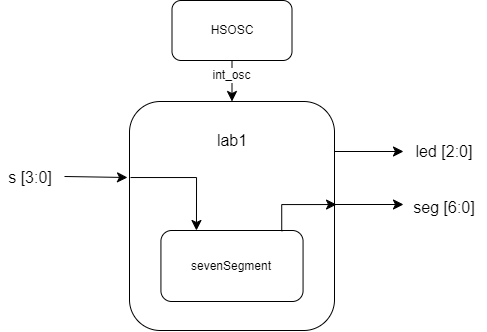
Earlier version of the draw.io export labs/lab1/images/lab1BlockDiagram.png (MaxDeSomma/hmc-e155-portfolio). Source tidied: cells renumbered, new cells last; positions are measured from the earlier drawing's top-left corner, leaving out a move shared by most shapes.
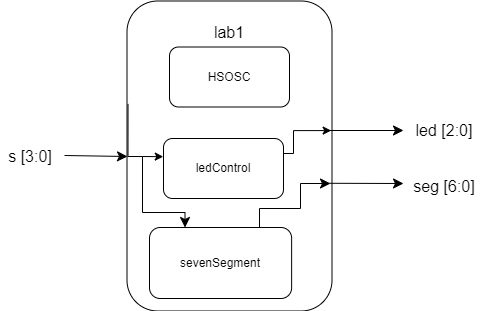
After the change.

The edit, as a diff of the source:
```diff
@@ -11,10 +11,10 @@
       <mxGeometry relative="1" as="geometry" />
     </mxCell>
     <mxCell id="4" style="rounded=1;whiteSpace=wrap;html=1;" parent="1" vertex="1">
-      <mxGeometry x="129" y="101" width="205" height="229" as="geometry" />
+      <mxGeometry x="126.5" y="21.5" width="205" height="310" as="geometry" />
     </mxCell>
     <mxCell id="5" value="lab1" style="text;html=1;align=center;verticalAlign=middle;whiteSpace=wrap;rounded=0;fontSize=16;" parent="1" vertex="1">
-      <mxGeometry x="201.5" y="126" width="60" height="28.5" as="geometry" />
+      <mxGeometry x="199" y="39" width="60" height="28.5" as="geometry" />
     </mxCell>
     <mxCell id="6" style="endArrow=classic;html=1;rounded=0;fontSize=12;startSize=8;endSize=8;curved=1;" parent="1" edge="1">
       <mxGeometry relative="1" as="geometry">
@@ -27,13 +27,12 @@
     </mxCell>
     <mxCell id="8" style="endArrow=classic;html=1;rounded=0;fontSize=12;startSize=8;endSize=8;curved=1;" parent="1" edge="1">
       <mxGeometry relative="1" as="geometry">
-        <mxPoint x="334" y="151" as="sourcePoint" />
+        <mxPoint x="329" y="151" as="sourcePoint" />
         <mxPoint x="403" y="151" as="targetPoint" />
       </mxGeometry>
     </mxCell>
-    <mxCell id="9" style="endArrow=classic;html=1;rounded=0;fontSize=12;startSize=8;endSize=8;curved=1;" parent="1" edge="1">
+    <mxCell id="9" style="endArrow=classic;html=1;rounded=0;fontSize=12;startSize=8;endSize=8;curved=1;exitX=0.988;exitY=0.588;exitDx=0;exitDy=0;exitPerimeter=0;" parent="1" edge="1" source="4">
       <mxGeometry relative="1" as="geometry">
-        <mxPoint x="334" y="204" as="sourcePoint" />
         <mxPoint x="403" y="204" as="targetPoint" />
       </mxGeometry>
     </mxCell>
@@ -44,30 +43,47 @@
       <mxGeometry x="402" y="191.5" width="84" height="30" as="geometry" />
     </mxCell>
     <mxCell id="12" value="sevenSegment" style="rounded=1;whiteSpace=wrap;html=1;" parent="1" vertex="1">
-      <mxGeometry x="160.4" y="230" width="142.1" height="71" as="geometry" />
+      <mxGeometry x="149" y="248" width="142.1" height="71" as="geometry" />
     </mxCell>
     <mxCell id="13" style="endArrow=classic;html=1;rounded=0;fontSize=12;startSize=8;endSize=8;exitX=0.005;exitY=0.332;exitDx=0;exitDy=0;exitPerimeter=0;edgeStyle=orthogonalEdgeStyle;entryX=0.25;entryY=0;entryDx=0;entryDy=0;" parent="1" edge="1" source="4" target="12">
       <mxGeometry relative="1" as="geometry">
         <Array as="points">
-          <mxPoint x="196" y="177" />
+          <mxPoint x="128" y="177" />
+          <mxPoint x="142" y="177" />
+          <mxPoint x="142" y="233" />
+          <mxPoint x="185" y="233" />
         </Array>
       </mxGeometry>
     </mxCell>
-    <mxCell id="14" style="endArrow=classic;html=1;rounded=0;fontSize=12;startSize=8;endSize=8;edgeStyle=orthogonalEdgeStyle;entryX=1.01;entryY=0.45;entryDx=0;entryDy=0;entryPerimeter=0;exitX=0.85;exitY=0.01;exitDx=0;exitDy=0;exitPerimeter=0;" parent="1" edge="1" source="12" target="4">
+    <mxCell id="14" style="endArrow=classic;html=1;rounded=0;fontSize=12;startSize=8;endSize=8;edgeStyle=orthogonalEdgeStyle;exitX=0.85;exitY=0.01;exitDx=0;exitDy=0;exitPerimeter=0;" parent="1" edge="1">
       <mxGeometry relative="1" as="geometry">
+        <mxPoint x="259" y="248" as="sourcePoint" />
+        <mxPoint x="330" y="204" as="targetPoint" />
         <Array as="points">
-          <mxPoint x="281" y="204" />
+          <mxPoint x="259" y="229" />
+          <mxPoint x="300" y="229" />
+          <mxPoint x="300" y="204" />
         </Array>
       </mxGeometry>
     </mxCell>
-    <mxCell id="15" style="edgeStyle=none;curved=1;rounded=0;jettySize=auto;html=1;fontSize=12;startSize=8;endSize=8;" parent="1" edge="1" source="17" target="4">
-      <mxGeometry relative="1" as="geometry" />
-    </mxCell>
-    <mxCell id="16" value="int_osc" style="edgeLabel;html=1;align=center;verticalAlign=middle;fontSize=12;" parent="15" vertex="1">
-      <mxGeometry x="-0.26" y="-1" relative="1" as="geometry" />
-    </mxCell>
     <mxCell id="17" value="HSOSC" style="rounded=1;whiteSpace=wrap;html=1;" parent="1" vertex="1">
-      <mxGeometry x="171.5" width="120" height="60" as="geometry" />
+      <mxGeometry x="169" y="67.5" width="120" height="60" as="geometry" />
     </mxCell>
+    <mxCell id="18" value="ledControl" style="rounded=1;whiteSpace=wrap;html=1;" parent="1" vertex="1">
+      <mxGeometry x="163" y="159" width="120" height="60" as="geometry" />
+    </mxCell>
+    <mxCell id="19" style="endArrow=classic;html=1;rounded=0;entryX=-0.002;entryY=0.303;entryDx=0;entryDy=0;entryPerimeter=0;" parent="1" edge="1" target="18">
+      <mxGeometry relative="1" as="geometry">
+        <mxPoint x="142" y="177" as="sourcePoint" />
+      </mxGeometry>
+    </mxCell>
+    <mxCell id="20" style="endArrow=classic;html=1;rounded=0;exitX=1;exitY=0.25;exitDx=0;exitDy=0;entryX=0.996;entryY=0.418;entryDx=0;entryDy=0;entryPerimeter=0;edgeStyle=orthogonalEdgeStyle;" parent="1" edge="1" source="18" target="4">
+      <mxGeometry relative="1" as="geometry">
+        <Array as="points">
+          <mxPoint x="293" y="174" />
+          <mxPoint x="293" y="151" />
+        </Array>
+      </mxGeometry>
+    </mxCell>
   </root>
 </mxGraphModel>
```
